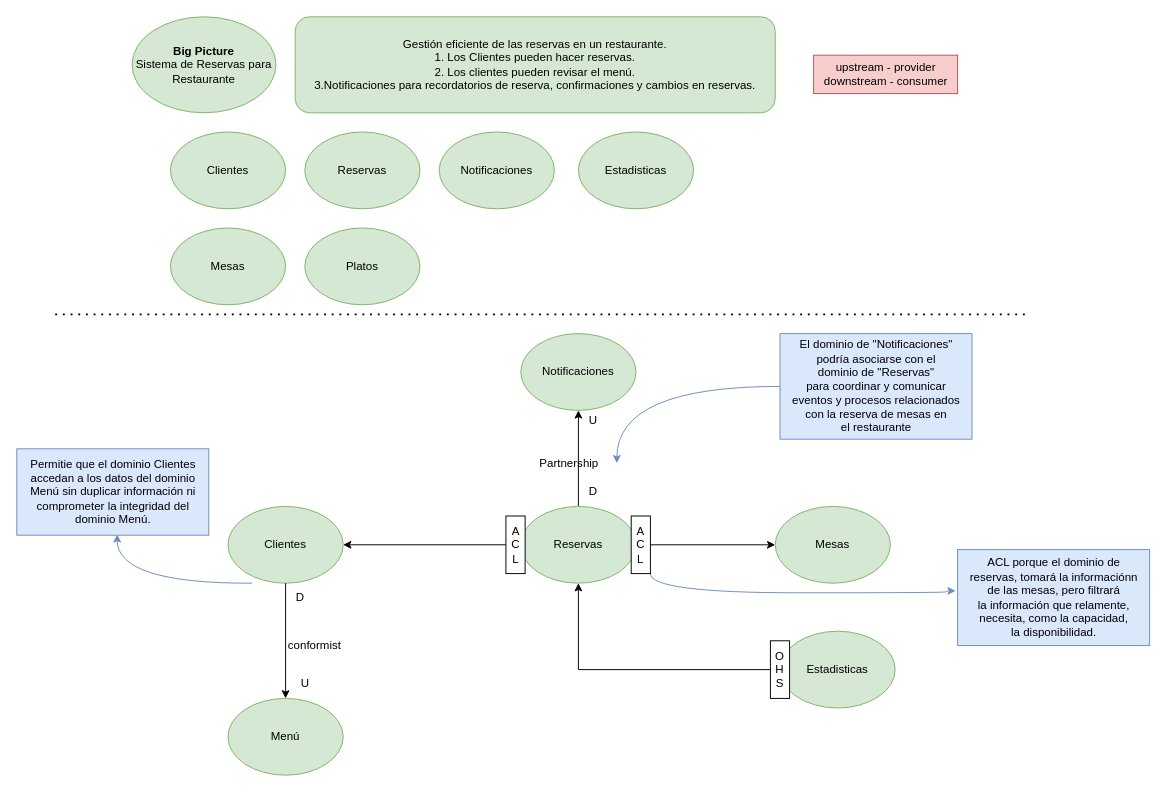
Before: page "Modelado estratégico" (1 of 13) of Restaurante_Disenio.drawio in andrescardo98/doo, a draw.io diagram. Source tidied: cells renumbered, new cells numbered last; positions are measured from the earlier drawing's top-left corner, leaving out a move shared by most shapes. Both pictures are drawn from the tidied source at 96%, with x=0, y=0 at pixel (16, 16).
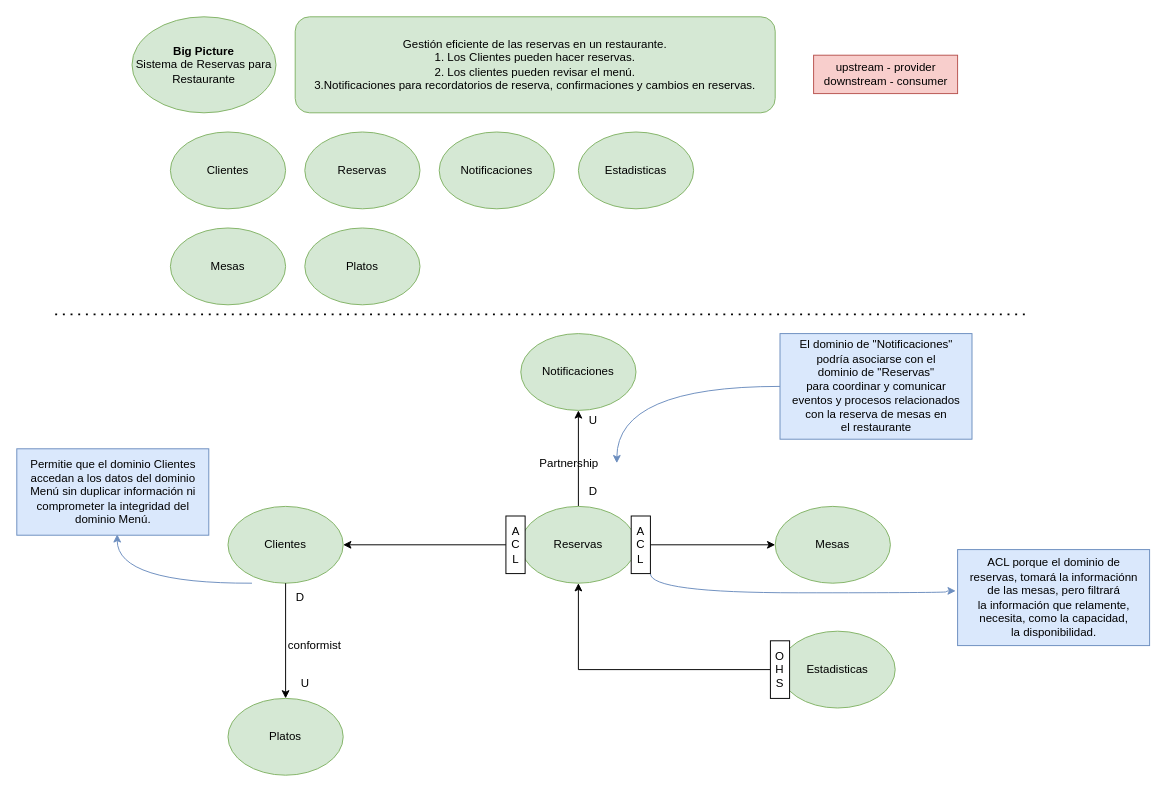
The same diagram, later.

What changed in the source:
```diff
@@
-    <mxCell id="16" value="Menú" style="ellipse;whiteSpace=wrap;html=1;fillColor=#d5e8d4;strokeColor=#82b366;" parent="1" vertex="1">
+    <mxCell id="16" value="Platos" style="ellipse;whiteSpace=wrap;html=1;fillColor=#d5e8d4;strokeColor=#82b366;" parent="1" vertex="1">
       <mxGeometry x="220" y="710" width="120" height="80" as="geometry" />
     </mxCell>
```
